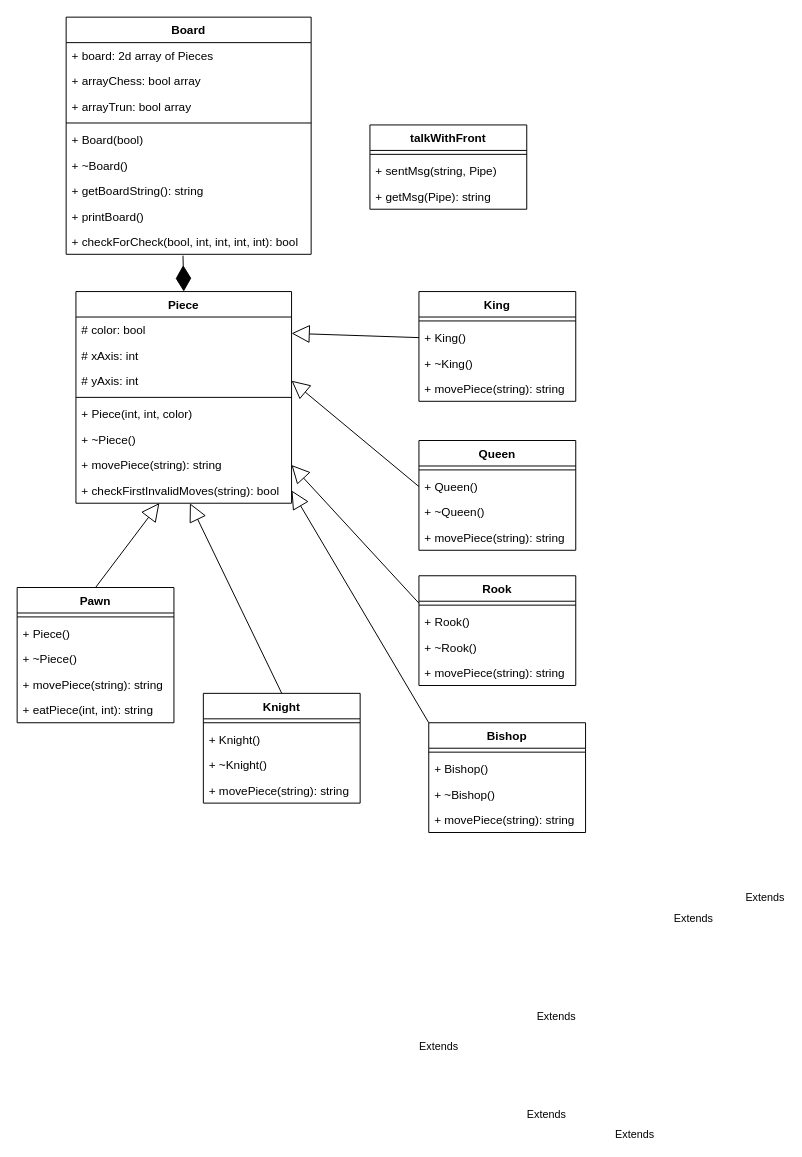
The draw.io diagram UML_ChessProject.drawio in DolevD42/chess_dolev_2021, before the edit. Source tidied: cells renumbered, new cells numbered last; positions are measured from the earlier drawing's top-left corner, leaving out a move shared by most shapes. Both pictures are drawn from the tidied source at 98%, with x=0, y=0 at pixel (17, 17).
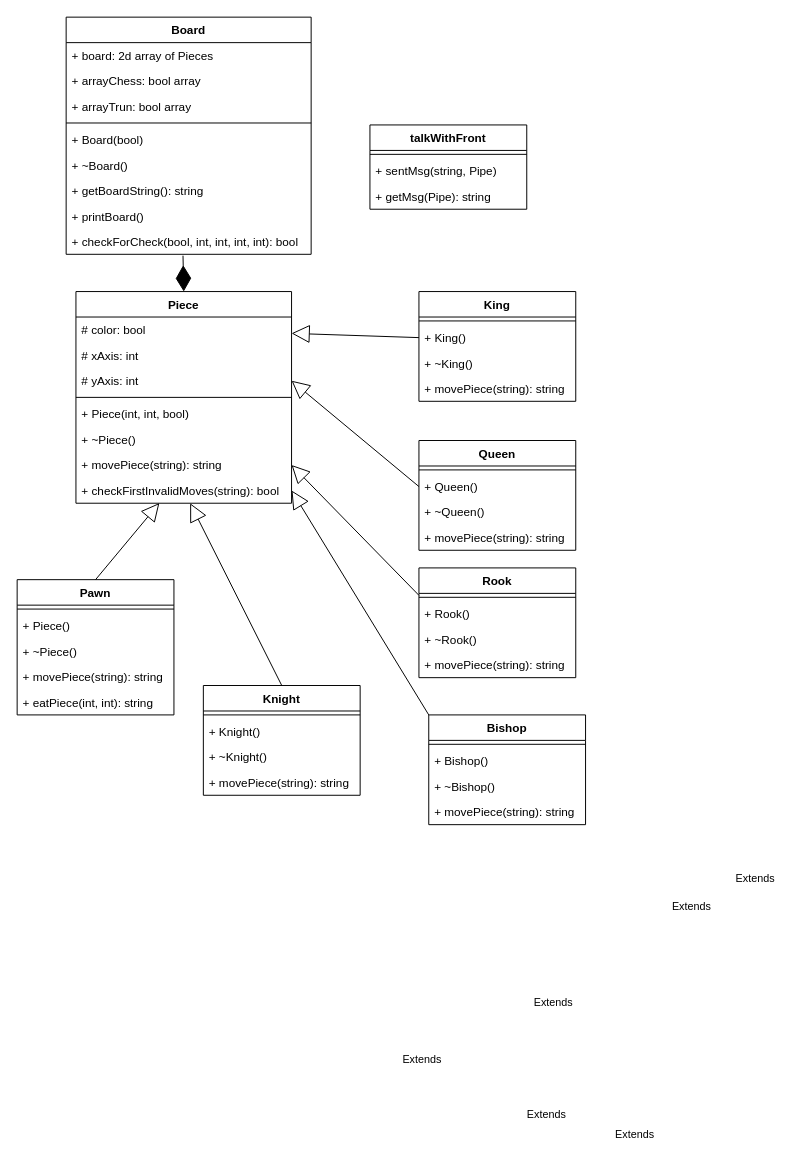
The same page after the edit.

The change refers to these unchanged cells:
```xml
<mxCell id="12" value="Piece" style="swimlane;fontStyle=1;align=center;verticalAlign=top;horizontal=1;startSize=26;" parent="1" vertex="1">
  <mxGeometry x="60" y="280" width="220" height="216" as="geometry" />
</mxCell>
```

Diff of the diagram source:
```diff
@@
-    <mxCell id="17" value="+ Piece(int, int, color)" style="text;strokeColor=none;fillColor=none;align=left;verticalAlign=top;spacingLeft=4;spacingRight=4;overflow=hidden;" parent="12" vertex="1">
+    <mxCell id="17" value="+ Piece(int, int, bool)" style="text;strokeColor=none;fillColor=none;align=left;verticalAlign=top;spacingLeft=4;spacingRight=4;overflow=hidden;" parent="12" vertex="1">
       <mxGeometry y="112" width="220" height="26" as="geometry" />
     </mxCell>
@@
     <mxCell id="22" value="Pawn" style="swimlane;fontStyle=1;align=center;verticalAlign=top;horizontal=1;startSize=26;" parent="1" vertex="1">
-      <mxGeometry y="582" width="160" height="138" as="geometry" />
+      <mxGeometry y="574" width="160" height="138" as="geometry" />
     </mxCell>
@@
     <mxCell id="28" value="Knight" style="swimlane;fontStyle=1;align=center;verticalAlign=top;horizontal=1;startSize=26;" parent="1" vertex="1">
-      <mxGeometry x="190" y="690" width="160" height="112" as="geometry" />
+      <mxGeometry x="190" y="682" width="160" height="112" as="geometry" />
     </mxCell>
@@
     <mxCell id="33" value="Bishop" style="swimlane;fontStyle=1;align=center;verticalAlign=top;horizontal=1;startSize=26;" parent="1" vertex="1">
-      <mxGeometry x="420" y="720" width="160" height="112" as="geometry" />
+      <mxGeometry x="420" y="712" width="160" height="112" as="geometry" />
     </mxCell>
@@
     <mxCell id="38" value="Rook" style="swimlane;fontStyle=1;align=center;verticalAlign=top;horizontal=1;startSize=26;" parent="1" vertex="1">
-      <mxGeometry x="410" y="570" width="160" height="112" as="geometry" />
+      <mxGeometry x="410" y="562" width="160" height="112" as="geometry" />
     </mxCell>
```
